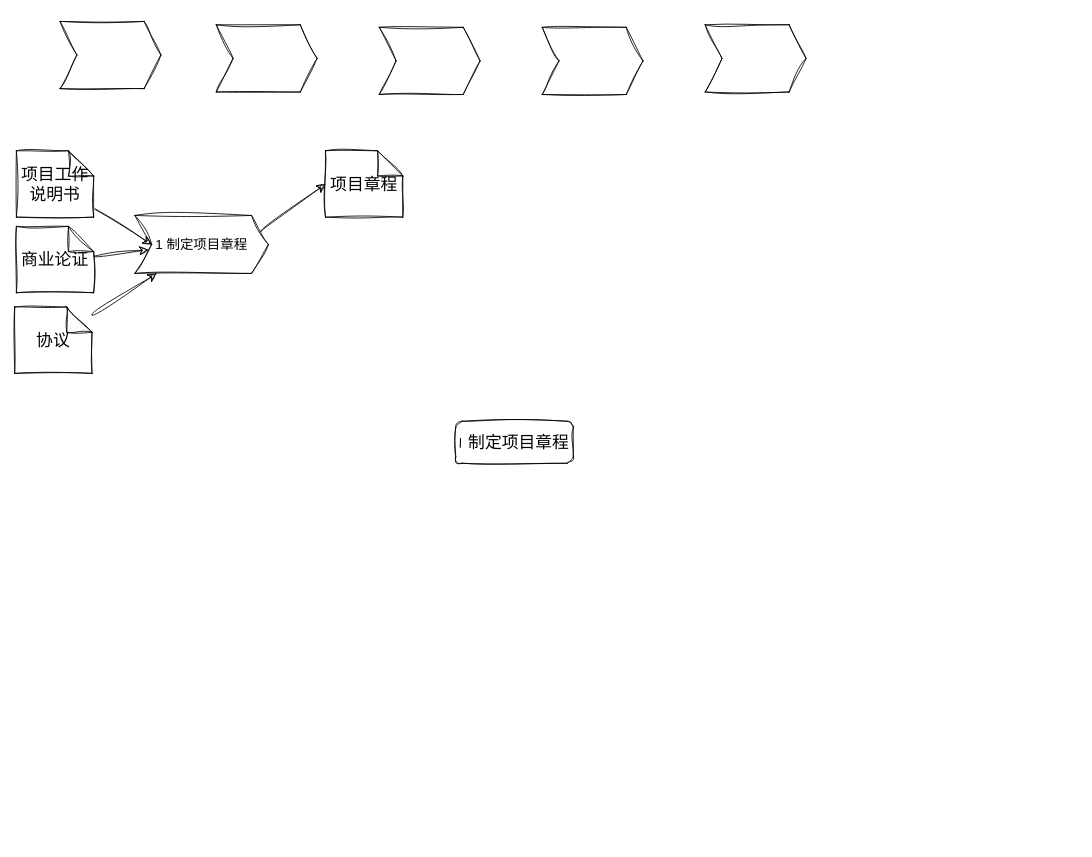
Earlier version of the draw.io diagram 软考中级.drawio (lzdong0714/note). Source tidied: cells renumbered, new cells numbered last; positions are measured from the earlier drawing's top-left corner, leaving out a move shared by most shapes. Both pictures are drawn from the tidied source at 84%, with x=0, y=0 at pixel (14, 21).
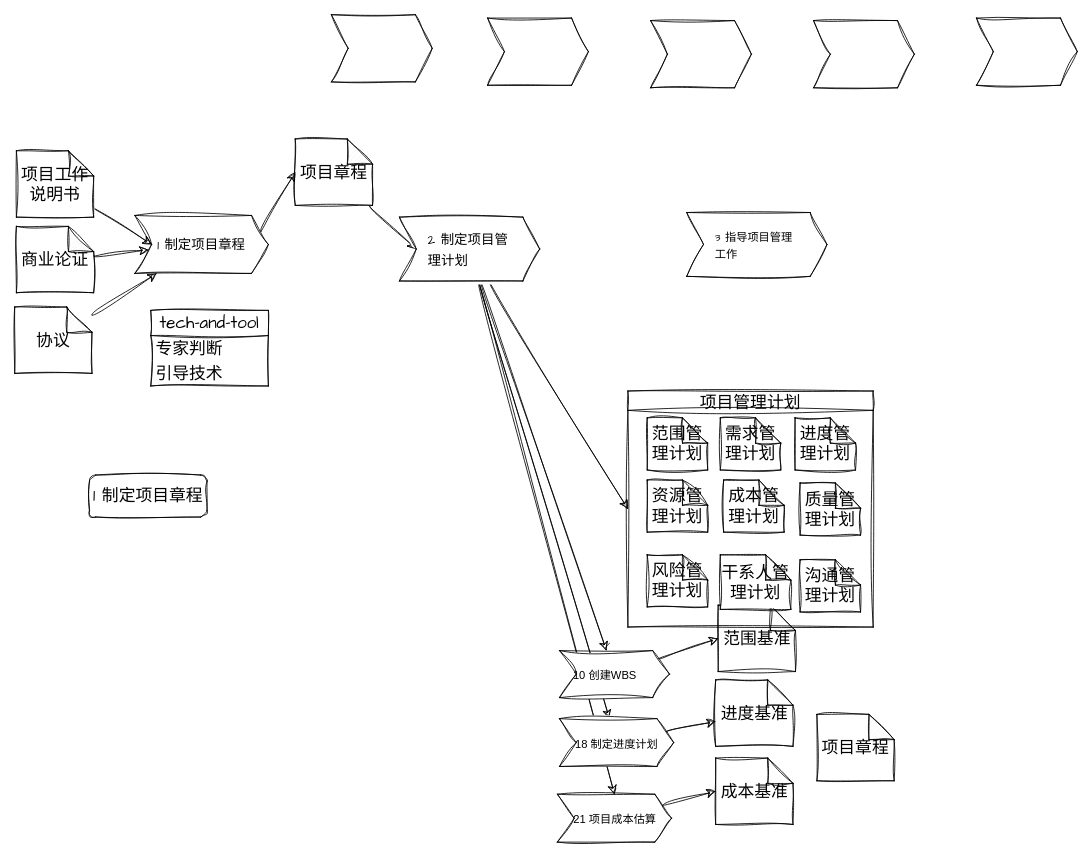
After the change.

Commit message (it also covers changes not shown here):
更新软考中级.drawio

What changed in the source:
```diff
@@
-    <mxCell id="2" value="1 制定项目章程" style="shape=step;perimeter=stepPerimeter;whiteSpace=wrap;html=1;fixedSize=1;fontSize=16;sketch=1;curveFitting=1;jiggle=2;" parent="1" vertex="1">
+    <mxCell id="2" value="&lt;font face=&quot;Architects Daughter&quot;&gt;1 制定项目章程&lt;/font&gt;" style="shape=step;perimeter=stepPerimeter;whiteSpace=wrap;html=1;fixedSize=1;fontSize=16;sketch=1;curveFitting=1;jiggle=2;" parent="1" vertex="1">
       <mxGeometry x="143" y="231" width="159" height="69" as="geometry" />
     </mxCell>
     <mxCell id="3" style="shape=step;perimeter=stepPerimeter;whiteSpace=wrap;html=1;fixedSize=1;fontSize=16;sketch=1;curveFitting=1;jiggle=2;" parent="1" vertex="1">
-      <mxGeometry x="240" y="4" width="120" height="80" as="geometry" />
+      <mxGeometry x="563" y="-4" width="120" height="80" as="geometry" />
     </mxCell>
     <mxCell id="4" style="shape=step;perimeter=stepPerimeter;whiteSpace=wrap;html=1;fixedSize=1;fontSize=16;sketch=1;curveFitting=1;jiggle=2;" parent="1" vertex="1">
-      <mxGeometry x="434" y="7" width="120" height="80" as="geometry" />
+      <mxGeometry x="757" y="-1" width="120" height="80" as="geometry" />
     </mxCell>
     <mxCell id="5" style="shape=step;perimeter=stepPerimeter;whiteSpace=wrap;html=1;fixedSize=1;fontSize=16;sketch=1;curveFitting=1;jiggle=2;" parent="1" vertex="1">
-      <mxGeometry x="628" y="7" width="120" height="80" as="geometry" />
+      <mxGeometry x="951" y="-1" width="120" height="80" as="geometry" />
     </mxCell>
     <mxCell id="6" style="shape=step;perimeter=stepPerimeter;whiteSpace=wrap;html=1;fixedSize=1;fontSize=16;sketch=1;curveFitting=1;jiggle=2;" parent="1" vertex="1">
-      <mxGeometry x="822" y="4" width="120" height="80" as="geometry" />
+      <mxGeometry x="1145" y="-4" width="120" height="80" as="geometry" />
     </mxCell>
-    <mxCell id="7" value="&lt;div data-mind-map-text=&quot;[{&amp;quot;paragraphProps&amp;quot;:{&amp;quot;type&amp;quot;:&amp;quot;paragraph&amp;quot;,&amp;quot;textAlign&amp;quot;:0,&amp;quot;lineSpacing&amp;quot;:1.4},&amp;quot;isComplete&amp;quot;:true,&amp;quot;textProps&amp;quot;:[{&amp;quot;type&amp;quot;:&amp;quot;text&amp;quot;,&amp;quot;text&amp;quot;:&amp;quot;1 制定项目章程&amp;quot;,&amp;quot;color&amp;quot;:&amp;quot;#1f1f1f&amp;quot;,&amp;quot;fontWeight&amp;quot;:400,&amp;quot;fontSize&amp;quot;:14,&amp;quot;fontFamily&amp;quot;:&amp;quot;\&amp;quot;Helvetica Neue\&amp;quot;, Helvetica, \&amp;quot;PingFang SC\&amp;quot;, \&amp;quot;Microsoft YaHei\&amp;quot;, \&amp;quot;Source Han Sans SC\&amp;quot;, \&amp;quot;Noto Sans CJK SC\&amp;quot;, \&amp;quot;WenQuanYi Micro Hei\&amp;quot;, sans-serif&amp;quot;,&amp;quot;italic&amp;quot;:false,&amp;quot;underline&amp;quot;:false,&amp;quot;strike&amp;quot;:false}]}]&quot;&gt;1 制定项目章程&lt;/div&gt;" style="rounded=1;whiteSpace=wrap;html=1;sketch=1;hachureGap=4;jiggle=2;curveFitting=1;fontFamily=Architects Daughter;fontSize=20;" parent="1" vertex="1">
-      <mxGeometry x="525" y="476" width="140" height="50" as="geometry" />
+    <mxCell id="7" value="&lt;div data-mind-map-text=&quot;[{&amp;quot;paragraphProps&amp;quot;:{&amp;quot;type&amp;quot;:&amp;quot;paragraph&amp;quot;,&amp;quot;textAlign&amp;quot;:0,&amp;quot;lineSpacing&amp;quot;:1.4},&amp;quot;isComplete&amp;quot;:true,&amp;quot;textProps&amp;quot;:[{&amp;quot;type&amp;quot;:&amp;quot;text&amp;quot;,&amp;quot;text&amp;quot;:&amp;quot;1 制定项目章程&amp;quot;,&amp;quot;color&amp;quot;:&amp;quot;#1f1f1f&amp;quot;,&amp;quot;fontWeight&amp;quot;:400,&amp;quot;fontSize&amp;quot;:14,&amp;quot;fontFamily&amp;quot;:&amp;quot;\&amp;quot;Helvetica Neue\&amp;quot;, Helvetica, \&amp;quot;PingFang SC\&amp;quot;, \&amp;quot;Microsoft YaHei\&amp;quot;, \&amp;quot;Source Han Sans SC\&amp;quot;, \&amp;quot;Noto Sans CJK SC\&amp;quot;, \&amp;quot;WenQuanYi Micro Hei\&amp;quot;, sans-serif&amp;quot;,&amp;quot;italic&amp;quot;:false,&amp;quot;underline&amp;quot;:false,&amp;quot;strike&amp;quot;:false}]}]&quot;&gt;1 制定项目章程&lt;/div&gt;" style="rounded=1;whiteSpace=wrap;html=1;hachureGap=4;fontFamily=Architects Daughter;fontSize=20;sketch=1;curveFitting=1;jiggle=2;" parent="1" vertex="1">
+      <mxGeometry x="89" y="540" width="140" height="50" as="geometry" />
     </mxCell>
-    <mxCell id="8" style="edgeStyle=none;curved=1;rounded=0;sketch=1;hachureGap=4;jiggle=2;curveFitting=1;jettySize=auto;html=1;entryX=0;entryY=0.5;entryDx=0;entryDy=0;fontFamily=Architects Daughter;fontSize=16;startSize=8;endSize=8;" parent="1" edge="1" source="9" target="2">
+    <mxCell id="8" style="edgeStyle=none;curved=1;rounded=0;hachureGap=4;jettySize=auto;html=1;entryX=0;entryY=0.5;entryDx=0;entryDy=0;fontFamily=Architects Daughter;fontSize=16;startSize=8;endSize=8;sketch=1;curveFitting=1;jiggle=2;" parent="1" edge="1" source="9" target="2">
       <mxGeometry relative="1" as="geometry" />
     </mxCell>
-    <mxCell id="9" value="项目工作说明书" style="shape=note;whiteSpace=wrap;html=1;backgroundOutline=1;darkOpacity=0.05;sketch=1;hachureGap=4;jiggle=2;curveFitting=1;fontFamily=Architects Daughter;fontSize=20;" parent="1" vertex="1">
+    <mxCell id="9" value="项目工作说明书" style="shape=note;whiteSpace=wrap;html=1;backgroundOutline=1;darkOpacity=0.05;hachureGap=4;fontFamily=Architects Daughter;fontSize=20;sketch=1;curveFitting=1;jiggle=2;" parent="1" vertex="1">
       <mxGeometry x="2" y="154" width="92" height="79" as="geometry" />
     </mxCell>
-    <mxCell id="10" style="edgeStyle=none;curved=1;rounded=0;sketch=1;hachureGap=4;jiggle=2;curveFitting=1;jettySize=auto;html=1;fontFamily=Architects Daughter;fontSize=16;startSize=8;endSize=8;" parent="1" edge="1" source="11" target="2">
+    <mxCell id="10" style="edgeStyle=none;curved=1;rounded=0;hachureGap=4;jettySize=auto;html=1;fontFamily=Architects Daughter;fontSize=16;startSize=8;endSize=8;sketch=1;curveFitting=1;jiggle=2;" parent="1" edge="1" source="11" target="2">
       <mxGeometry relative="1" as="geometry" />
     </mxCell>
-    <mxCell id="11" value="商业论证" style="shape=note;whiteSpace=wrap;html=1;backgroundOutline=1;darkOpacity=0.05;sketch=1;hachureGap=4;jiggle=2;curveFitting=1;fontFamily=Architects Daughter;fontSize=20;" parent="1" vertex="1">
+    <mxCell id="11" value="商业论证" style="shape=note;whiteSpace=wrap;html=1;backgroundOutline=1;darkOpacity=0.05;hachureGap=4;fontFamily=Architects Daughter;fontSize=20;sketch=1;curveFitting=1;jiggle=2;" parent="1" vertex="1">
       <mxGeometry x="2" y="244" width="92" height="79" as="geometry" />
     </mxCell>
-    <mxCell id="12" style="edgeStyle=none;curved=1;rounded=0;sketch=1;hachureGap=4;jiggle=2;curveFitting=1;jettySize=auto;html=1;fontFamily=Architects Daughter;fontSize=16;startSize=8;endSize=8;" parent="1" edge="1" source="13" target="2">
+    <mxCell id="12" style="edgeStyle=none;curved=1;rounded=0;hachureGap=4;jettySize=auto;html=1;fontFamily=Architects Daughter;fontSize=16;startSize=8;endSize=8;sketch=1;curveFitting=1;jiggle=2;" parent="1" edge="1" source="13" target="2">
       <mxGeometry relative="1" as="geometry" />
     </mxCell>
-    <mxCell id="13" value="协议" style="shape=note;whiteSpace=wrap;html=1;backgroundOutline=1;darkOpacity=0.05;sketch=1;hachureGap=4;jiggle=2;curveFitting=1;fontFamily=Architects Daughter;fontSize=20;" parent="1" vertex="1">
+    <mxCell id="13" value="协议" style="shape=note;whiteSpace=wrap;html=1;backgroundOutline=1;darkOpacity=0.05;hachureGap=4;fontFamily=Architects Daughter;fontSize=20;sketch=1;curveFitting=1;jiggle=2;" parent="1" vertex="1">
       <mxGeometry y="340" width="92" height="79" as="geometry" />
     </mxCell>
+    <mxCell id="17" style="edgeStyle=none;curved=1;rounded=0;hachureGap=4;jettySize=auto;html=1;entryX=0;entryY=0.5;entryDx=0;entryDy=0;fontFamily=Architects Daughter;fontSize=16;startSize=8;endSize=8;sketch=1;curveFitting=1;jiggle=2;" parent="1" edge="1" source="14" target="23">
+      <mxGeometry relative="1" as="geometry" />
+    </mxCell>
-    <mxCell id="14" value="项目章程" style="shape=note;whiteSpace=wrap;html=1;backgroundOutline=1;darkOpacity=0.05;sketch=1;hachureGap=4;jiggle=2;curveFitting=1;fontFamily=Architects Daughter;fontSize=20;" parent="1" vertex="1">
-      <mxGeometry x="370" y="154" width="92" height="79" as="geometry" />
+    <mxCell id="14" value="项目章程" style="shape=note;whiteSpace=wrap;html=1;backgroundOutline=1;darkOpacity=0.05;hachureGap=4;fontFamily=Architects Daughter;fontSize=20;sketch=1;curveFitting=1;jiggle=2;" parent="1" vertex="1">
+      <mxGeometry x="334" y="140" width="92" height="79" as="geometry" />
     </mxCell>
-    <mxCell id="15" style="edgeStyle=none;curved=1;rounded=0;sketch=1;hachureGap=4;jiggle=2;curveFitting=1;jettySize=auto;html=1;entryX=0;entryY=0.5;entryDx=0;entryDy=0;entryPerimeter=0;fontFamily=Architects Daughter;fontSize=16;startSize=8;endSize=8;exitX=1;exitY=0.25;exitDx=0;exitDy=0;" parent="1" edge="1" source="2" target="14">
+    <mxCell id="15" style="edgeStyle=none;curved=1;rounded=0;hachureGap=4;jettySize=auto;html=1;entryX=0;entryY=0.5;entryDx=0;entryDy=0;entryPerimeter=0;fontFamily=Architects Daughter;fontSize=16;startSize=8;endSize=8;exitX=1;exitY=0.25;exitDx=0;exitDy=0;sketch=1;curveFitting=1;jiggle=2;" parent="1" edge="1" source="2" target="14">
       <mxGeometry relative="1" as="geometry" />
     </mxCell>
     <mxCell id="16" style="shape=step;perimeter=stepPerimeter;whiteSpace=wrap;html=1;fixedSize=1;fontSize=16;sketch=1;curveFitting=1;jiggle=2;" parent="1" vertex="1">
-      <mxGeometry x="54" width="120" height="80" as="geometry" />
+      <mxGeometry x="377" y="-8" width="120" height="80" as="geometry" />
     </mxCell>
+    <mxCell id="18" value="项目章程" style="shape=note;whiteSpace=wrap;html=1;backgroundOutline=1;darkOpacity=0.05;hachureGap=4;fontFamily=Architects Daughter;fontSize=20;sketch=1;curveFitting=1;jiggle=2;" parent="1" vertex="1">
+      <mxGeometry x="955" y="825" width="92" height="79" as="geometry" />
+    </mxCell>
+    <mxCell id="19" style="edgeStyle=none;curved=1;rounded=0;sketch=1;hachureGap=4;jiggle=2;curveFitting=1;jettySize=auto;html=1;fontFamily=Architects Daughter;fontSize=16;startSize=8;endSize=8;" parent="1" edge="1" source="23" target="31">
+      <mxGeometry relative="1" as="geometry" />
+    </mxCell>
+    <mxCell id="20" style="edgeStyle=none;curved=1;rounded=0;sketch=1;hachureGap=4;jiggle=2;curveFitting=1;jettySize=auto;html=1;fontFamily=Architects Daughter;fontSize=16;startSize=8;endSize=8;" parent="1" edge="1" source="23" target="34">
+      <mxGeometry relative="1" as="geometry" />
+    </mxCell>
+    <mxCell id="21" style="edgeStyle=none;curved=1;rounded=0;sketch=1;hachureGap=4;jiggle=2;curveFitting=1;jettySize=auto;html=1;entryX=0.5;entryY=0;entryDx=0;entryDy=0;fontFamily=Architects Daughter;fontSize=16;startSize=8;endSize=8;" parent="1" edge="1" source="23" target="30">
+      <mxGeometry relative="1" as="geometry" />
+    </mxCell>
+    <mxCell id="22" style="edgeStyle=none;curved=1;rounded=0;sketch=1;hachureGap=4;jiggle=2;curveFitting=1;jettySize=auto;html=1;entryX=0;entryY=0.5;entryDx=0;entryDy=0;fontFamily=Architects Daughter;fontSize=16;startSize=8;endSize=8;" parent="1" edge="1" source="23" target="36">
+      <mxGeometry relative="1" as="geometry" />
+    </mxCell>
+    <mxCell id="23" value="&lt;table style=&quot;border-collapse: collapse; table-layout: fixed; width: 0px;&quot;&gt;&lt;colgroup&gt;&lt;col style=&quot;width: 101px;&quot; width=&quot;101&quot;&gt;&lt;/colgroup&gt;&lt;tbody&gt;&lt;tr style=&quot;height: 24px;&quot; height=&quot;24&quot;&gt;&lt;td style=&quot;empty-cells: show; line-height: normal; vertical-align: middle; outline-width: 0px; overflow-wrap: break-word; word-break: normal; text-align: left; width: 101px;&quot; width=&quot;101&quot;&gt;&lt;font face=&quot;Architects Daughter&quot; style=&quot;font-size: 16px;&quot;&gt;2 制定项目管理计划&lt;/font&gt;&lt;/td&gt;&lt;/tr&gt;&lt;/tbody&gt;&lt;/table&gt;" style="shape=step;perimeter=stepPerimeter;whiteSpace=wrap;html=1;fixedSize=1;fontSize=16;sketch=1;curveFitting=1;jiggle=2;" parent="1" vertex="1">
+      <mxGeometry x="458" y="233" width="167" height="76" as="geometry" />
+    </mxCell>
+    <mxCell id="24" value="tech-and-tool" style="swimlane;fontStyle=0;horizontal=1;startSize=30;whiteSpace=wrap;html=1;hachureGap=4;fontFamily=Architects Daughter;fontSize=20;sketch=1;curveFitting=1;jiggle=2;" parent="1" vertex="1">
+      <mxGeometry x="162" y="344" width="140" height="90" as="geometry" />
+    </mxCell>
+    <mxCell id="25" value="专家判断" style="text;strokeColor=none;fillColor=none;align=left;verticalAlign=middle;spacingLeft=4;spacingRight=4;overflow=hidden;whiteSpace=wrap;html=1;fontSize=20;fontFamily=Architects Daughter;sketch=1;curveFitting=1;jiggle=2;" parent="24" vertex="1">
+      <mxGeometry y="30" width="140" height="30" as="geometry" />
+    </mxCell>
+    <mxCell id="26" value="引导技术" style="text;strokeColor=none;fillColor=none;align=left;verticalAlign=middle;spacingLeft=4;spacingRight=4;overflow=hidden;whiteSpace=wrap;html=1;fontSize=20;fontFamily=Architects Daughter;sketch=1;curveFitting=1;jiggle=2;" parent="24" vertex="1">
+      <mxGeometry y="60" width="140" height="30" as="geometry" />
+    </mxCell>
+    <mxCell id="27" value="范围基准" style="shape=note;whiteSpace=wrap;html=1;backgroundOutline=1;darkOpacity=0.05;hachureGap=4;fontFamily=Architects Daughter;fontSize=20;sketch=1;curveFitting=1;jiggle=2;" parent="1" vertex="1">
+      <mxGeometry x="837.5" y="695" width="92" height="79" as="geometry" />
+    </mxCell>
+    <mxCell id="28" value="进度基准" style="shape=note;whiteSpace=wrap;html=1;backgroundOutline=1;darkOpacity=0.05;hachureGap=4;fontFamily=Architects Daughter;fontSize=20;sketch=1;curveFitting=1;jiggle=2;" parent="1" vertex="1">
+      <mxGeometry x="834.5" y="784" width="92" height="79" as="geometry" />
+    </mxCell>
+    <mxCell id="29" value="成本基准" style="shape=note;whiteSpace=wrap;html=1;backgroundOutline=1;darkOpacity=0.05;hachureGap=4;fontFamily=Architects Daughter;fontSize=20;sketch=1;curveFitting=1;jiggle=2;" parent="1" vertex="1">
+      <mxGeometry x="834.5" y="877" width="92" height="79" as="geometry" />
+    </mxCell>
+    <mxCell id="30" value="&lt;table style=&quot;border-collapse: collapse; table-layout: fixed; width: 0px;&quot;&gt;&lt;colgroup&gt;&lt;col style=&quot;width: 101px;&quot; width=&quot;101&quot;&gt;&lt;/colgroup&gt;&lt;tbody&gt;&lt;tr style=&quot;height: 24px;&quot; height=&quot;24&quot;&gt;&lt;td style=&quot;empty-cells: show; line-height: normal; vertical-align: middle; outline-width: 0px; overflow-wrap: break-word; word-break: normal; text-align: left; width: 101px;&quot; width=&quot;101&quot;&gt;&lt;table style=&quot;border-collapse: collapse; table-layout: fixed; width: 0px;&quot;&gt;&lt;colgroup&gt;&lt;col style=&quot;width: 101px;&quot; width=&quot;101&quot;&gt;&lt;/colgroup&gt;&lt;tbody&gt;&lt;tr style=&quot;height: 24px;&quot; height=&quot;24&quot;&gt;&lt;td style=&quot;empty-cells: show; line-height: normal; vertical-align: middle; outline-width: 0px; overflow-wrap: break-word; word-break: normal; font-size: 10pt; width: 101px;&quot; width=&quot;101&quot;&gt;21 项目成本估算&lt;/td&gt;&lt;/tr&gt;&lt;/tbody&gt;&lt;/table&gt;&lt;/td&gt;&lt;/tr&gt;&lt;/tbody&gt;&lt;/table&gt;" style="shape=step;perimeter=stepPerimeter;whiteSpace=wrap;html=1;fixedSize=1;fontSize=16;sketch=1;curveFitting=1;jiggle=2;" parent="1" vertex="1">
+      <mxGeometry x="646" y="920" width="136" height="57" as="geometry" />
+    </mxCell>
+    <mxCell id="31" value="&lt;table style=&quot;border-collapse: collapse; table-layout: fixed; width: 0px;&quot;&gt;&lt;colgroup&gt;&lt;col style=&quot;width: 101px;&quot; width=&quot;101&quot;&gt;&lt;/colgroup&gt;&lt;tbody&gt;&lt;tr style=&quot;height: 24px;&quot; height=&quot;24&quot;&gt;&lt;td style=&quot;empty-cells: show; line-height: normal; vertical-align: middle; outline-width: 0px; overflow-wrap: break-word; word-break: normal; font-size: 10pt; text-align: left; width: 101px;&quot; width=&quot;101&quot;&gt;10 创建WBS&lt;/td&gt;&lt;/tr&gt;&lt;/tbody&gt;&lt;/table&gt;" style="shape=step;perimeter=stepPerimeter;whiteSpace=wrap;html=1;fixedSize=1;fontSize=16;sketch=1;curveFitting=1;jiggle=2;" parent="1" vertex="1">
+      <mxGeometry x="648.5" y="749" width="131" height="56" as="geometry" />
+    </mxCell>
+    <mxCell id="32" style="edgeStyle=none;curved=1;rounded=0;sketch=1;hachureGap=4;jiggle=2;curveFitting=1;jettySize=auto;html=1;entryX=0;entryY=0.5;entryDx=0;entryDy=0;entryPerimeter=0;fontFamily=Architects Daughter;fontSize=16;startSize=8;endSize=8;" parent="1" edge="1" source="31" target="27">
+      <mxGeometry relative="1" as="geometry" />
+    </mxCell>
+    <mxCell id="33" style="edgeStyle=none;curved=1;rounded=0;sketch=1;hachureGap=4;jiggle=2;curveFitting=1;jettySize=auto;html=1;fontFamily=Architects Daughter;fontSize=16;startSize=8;endSize=8;" parent="1" edge="1" source="34" target="28">
+      <mxGeometry relative="1" as="geometry" />
+    </mxCell>
+    <mxCell id="34" value="&lt;table style=&quot;border-collapse: collapse; table-layout: fixed; width: 0px;&quot;&gt;&lt;colgroup&gt;&lt;col style=&quot;width: 101px;&quot; width=&quot;101&quot;&gt;&lt;/colgroup&gt;&lt;tbody&gt;&lt;tr style=&quot;height: 24px;&quot; height=&quot;24&quot;&gt;&lt;td style=&quot;empty-cells: show; line-height: normal; vertical-align: middle; outline-width: 0px; overflow-wrap: break-word; word-break: normal; font-size: 10pt; text-align: left; width: 101px;&quot; width=&quot;101&quot;&gt;18 制定进度计划&lt;/td&gt;&lt;/tr&gt;&lt;/tbody&gt;&lt;/table&gt;" style="shape=step;perimeter=stepPerimeter;whiteSpace=wrap;html=1;fixedSize=1;fontSize=16;sketch=1;curveFitting=1;jiggle=2;" parent="1" vertex="1">
+      <mxGeometry x="648.5" y="830" width="136" height="57" as="geometry" />
+    </mxCell>
+    <mxCell id="35" style="edgeStyle=none;curved=1;rounded=0;sketch=1;hachureGap=4;jiggle=2;curveFitting=1;jettySize=auto;html=1;entryX=0;entryY=0.5;entryDx=0;entryDy=0;entryPerimeter=0;fontFamily=Architects Daughter;fontSize=16;startSize=8;endSize=8;" parent="1" edge="1" source="30" target="29">
+      <mxGeometry relative="1" as="geometry" />
+    </mxCell>
+    <mxCell id="36" value="项目管理计划" style="swimlane;sketch=1;hachureGap=4;jiggle=2;curveFitting=1;fontFamily=Architects Daughter;fontSize=20;fontStyle=0;" parent="1" vertex="1">
+      <mxGeometry x="730" y="440" width="292" height="281" as="geometry" />
+    </mxCell>
+    <mxCell id="37" value="沟通管理计划" style="shape=note;whiteSpace=wrap;html=1;backgroundOutline=1;darkOpacity=0.05;sketch=1;hachureGap=4;jiggle=2;curveFitting=1;fontFamily=Architects Daughter;fontSize=20;" parent="36" vertex="1">
+      <mxGeometry x="205" y="201" width="72" height="62" as="geometry" />
+    </mxCell>
+    <mxCell id="38" value="资源管理计划" style="shape=note;whiteSpace=wrap;html=1;backgroundOutline=1;darkOpacity=0.05;sketch=1;hachureGap=4;jiggle=2;curveFitting=1;fontFamily=Architects Daughter;fontSize=20;" parent="36" vertex="1">
+      <mxGeometry x="23" y="106" width="72" height="62" as="geometry" />
+    </mxCell>
+    <mxCell id="39" value="质量管理计划" style="shape=note;whiteSpace=wrap;html=1;backgroundOutline=1;darkOpacity=0.05;sketch=1;hachureGap=4;jiggle=2;curveFitting=1;fontFamily=Architects Daughter;fontSize=20;" parent="36" vertex="1">
+      <mxGeometry x="205" y="109.5" width="72" height="62" as="geometry" />
+    </mxCell>
+    <mxCell id="40" value="成本管理计划" style="shape=note;whiteSpace=wrap;html=1;backgroundOutline=1;darkOpacity=0.05;sketch=1;hachureGap=4;jiggle=2;curveFitting=1;fontFamily=Architects Daughter;fontSize=20;" parent="36" vertex="1">
+      <mxGeometry x="114" y="106" width="72" height="62" as="geometry" />
+    </mxCell>
+    <mxCell id="41" value="风险管理计划" style="shape=note;whiteSpace=wrap;html=1;backgroundOutline=1;darkOpacity=0.05;sketch=1;hachureGap=4;jiggle=2;curveFitting=1;fontFamily=Architects Daughter;fontSize=20;" parent="36" vertex="1">
+      <mxGeometry x="23" y="195" width="72" height="62" as="geometry" />
+    </mxCell>
+    <mxCell id="42" value="干系人管理计划" style="shape=note;whiteSpace=wrap;html=1;backgroundOutline=1;darkOpacity=0.05;sketch=1;hachureGap=4;jiggle=2;curveFitting=1;fontFamily=Architects Daughter;fontSize=20;" parent="36" vertex="1">
+      <mxGeometry x="110" y="195" width="84" height="65" as="geometry" />
+    </mxCell>
+    <mxCell id="43" value="范围管理计划" style="shape=note;whiteSpace=wrap;html=1;backgroundOutline=1;darkOpacity=0.05;sketch=1;hachureGap=4;jiggle=2;curveFitting=1;fontFamily=Architects Daughter;fontSize=20;" parent="36" vertex="1">
+      <mxGeometry x="23" y="32" width="72" height="62" as="geometry" />
+    </mxCell>
+    <mxCell id="44" value="需求管理计划" style="shape=note;whiteSpace=wrap;html=1;backgroundOutline=1;darkOpacity=0.05;sketch=1;hachureGap=4;jiggle=2;curveFitting=1;fontFamily=Architects Daughter;fontSize=20;" parent="36" vertex="1">
+      <mxGeometry x="110" y="32" width="72" height="62" as="geometry" />
+    </mxCell>
+    <mxCell id="45" value="进度管理计划" style="shape=note;whiteSpace=wrap;html=1;backgroundOutline=1;darkOpacity=0.05;sketch=1;hachureGap=4;jiggle=2;curveFitting=1;fontFamily=Architects Daughter;fontSize=20;" parent="36" vertex="1">
+      <mxGeometry x="199" y="32" width="72" height="62" as="geometry" />
+    </mxCell>
+    <mxCell id="46" value="&lt;table style=&quot;border-collapse: collapse; table-layout: fixed; width: 0px;&quot;&gt;&lt;colgroup&gt;&lt;col style=&quot;width: 101px;&quot; width=&quot;101&quot;&gt;&lt;/colgroup&gt;&lt;tbody&gt;&lt;tr style=&quot;height: 24px;&quot; height=&quot;24&quot;&gt;&lt;td style=&quot;empty-cells: show; line-height: normal; vertical-align: middle; outline-width: 0px; overflow-wrap: break-word; word-break: normal; font-size: 10pt; text-align: left; width: 101px;&quot; width=&quot;101&quot;&gt;&lt;font face=&quot;Architects Daughter&quot;&gt;3 指导项目管理工作&lt;/font&gt;&lt;/td&gt;&lt;/tr&gt;&lt;/tbody&gt;&lt;/table&gt;" style="shape=step;perimeter=stepPerimeter;whiteSpace=wrap;html=1;fixedSize=1;fontSize=16;sketch=1;curveFitting=1;jiggle=2;" parent="1" vertex="1">
+      <mxGeometry x="800" y="227.5" width="167" height="76" as="geometry" />
+    </mxCell>
```
